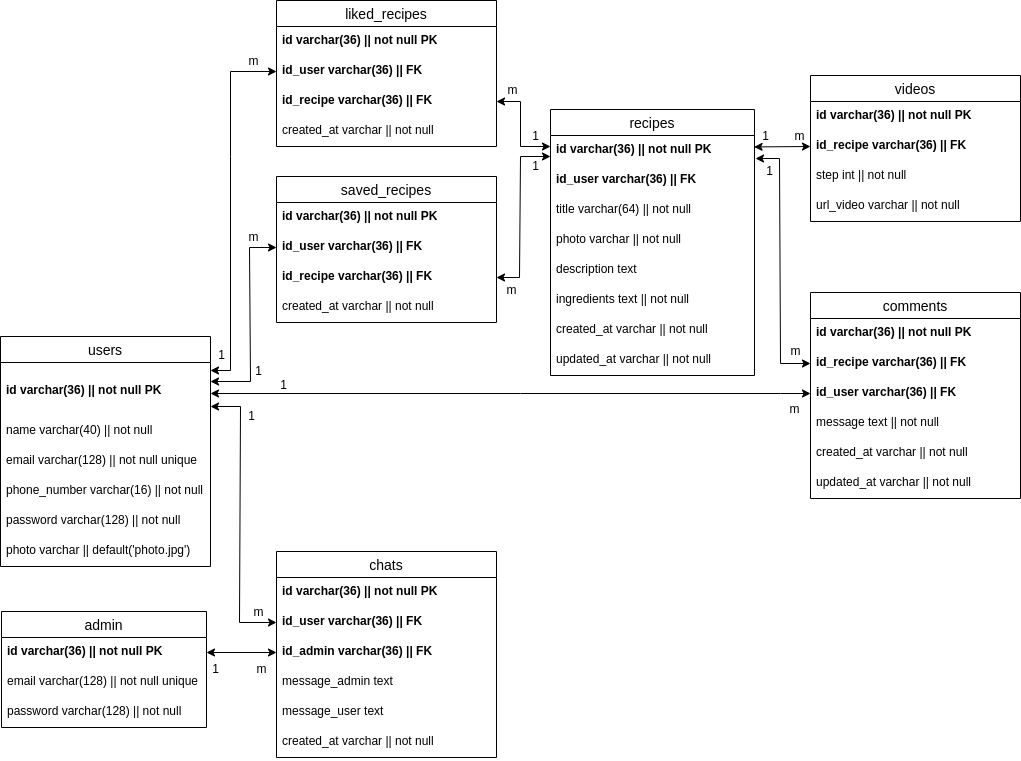
Above: docs/markisak-database-diagram.png in rizalyuniar/markisak-be (draw.io), before the change. Source tidied: cells renumbered, new cells last; positions are measured from the earlier drawing's top-left corner, leaving out a move shared by most shapes.
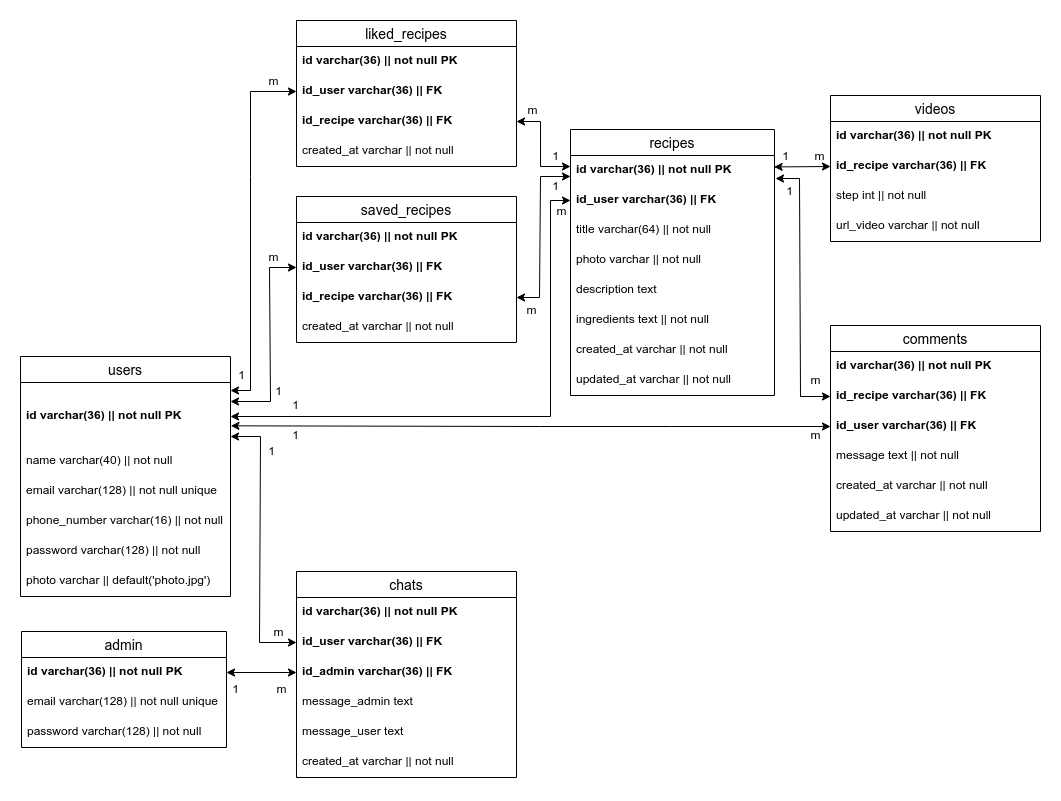
After the commit.

The edit, as a diff of the source:
```diff
@@ -3,25 +3,25 @@
     <mxCell id="0" />
     <mxCell id="1" parent="0" />
     <mxCell id="2" value="users" style="swimlane;fontStyle=0;horizontal=1;startSize=26;align=center;fontSize=14;" parent="1" vertex="1">
-      <mxGeometry y="336" width="210" height="230" as="geometry" />
+      <mxGeometry y="336" width="210" height="240" as="geometry" />
     </mxCell>
     <mxCell id="3" value="id varchar(36) || not null PK" style="text;strokeColor=none;fillColor=none;spacingLeft=4;spacingRight=4;overflow=hidden;points=[[0,0.5],[1,0.5]];portConstraint=eastwest;fontSize=12;fontStyle=1;align=left;verticalAlign=middle;" parent="2" vertex="1">
-      <mxGeometry y="26" width="210" height="54" as="geometry" />
+      <mxGeometry y="26" width="210" height="64" as="geometry" />
     </mxCell>
     <mxCell id="4" value="name varchar(40) || not null" style="text;strokeColor=none;fillColor=none;spacingLeft=4;spacingRight=4;overflow=hidden;fontSize=12;" parent="2" vertex="1">
-      <mxGeometry y="80" width="210" height="30" as="geometry" />
+      <mxGeometry y="90" width="210" height="30" as="geometry" />
     </mxCell>
     <mxCell id="5" value="email varchar(128) || not null unique" style="text;strokeColor=none;fillColor=none;spacingLeft=4;spacingRight=4;overflow=hidden;fontSize=12;" parent="2" vertex="1">
-      <mxGeometry y="110" width="210" height="30" as="geometry" />
+      <mxGeometry y="120" width="210" height="30" as="geometry" />
     </mxCell>
     <mxCell id="6" value="phone_number varchar(16) || not null" style="text;strokeColor=none;fillColor=none;spacingLeft=4;spacingRight=4;overflow=hidden;fontSize=12;" parent="2" vertex="1">
-      <mxGeometry y="140" width="210" height="30" as="geometry" />
+      <mxGeometry y="150" width="210" height="30" as="geometry" />
     </mxCell>
     <mxCell id="7" value="password varchar(128) || not null" style="text;strokeColor=none;fillColor=none;spacingLeft=4;spacingRight=4;overflow=hidden;fontSize=12;" parent="2" vertex="1">
-      <mxGeometry y="170" width="210" height="30" as="geometry" />
+      <mxGeometry y="180" width="210" height="30" as="geometry" />
     </mxCell>
     <mxCell id="8" value="photo varchar || default('photo.jpg')" style="text;strokeColor=none;fillColor=none;spacingLeft=4;spacingRight=4;overflow=hidden;fontSize=12;" parent="2" vertex="1">
-      <mxGeometry y="200" width="210" height="30" as="geometry" />
+      <mxGeometry y="210" width="210" height="30" as="geometry" />
     </mxCell>
     <mxCell id="9" value="recipes" style="swimlane;fontStyle=0;horizontal=1;startSize=26;align=center;fontSize=14;" parent="1" vertex="1">
       <mxGeometry x="550" y="109" width="204" height="266" as="geometry" />
@@ -93,7 +93,7 @@
       <mxGeometry y="86" width="205" height="30" as="geometry" />
     </mxCell>
     <mxCell id="32" value="comments" style="swimlane;fontStyle=0;horizontal=1;startSize=26;align=center;fontSize=14;" parent="1" vertex="1">
-      <mxGeometry x="810" y="292" width="210" height="206" as="geometry" />
+      <mxGeometry x="810" y="305" width="210" height="206" as="geometry" />
     </mxCell>
     <mxCell id="33" value="id varchar(36) || not null PK" style="text;strokeColor=none;fillColor=none;spacingLeft=4;spacingRight=4;overflow=hidden;fontSize=12;fontStyle=1;" parent="32" vertex="1">
       <mxGeometry y="26" width="210" height="30" as="geometry" />
@@ -189,12 +189,11 @@
         </Array>
       </mxGeometry>
     </mxCell>
-    <mxCell id="60" style="endArrow=classic;html=1;rounded=0;startArrow=classic;startFill=1;exitX=0;exitY=0.5;exitDx=0;exitDy=0;" parent="1" edge="1" source="41">
+    <mxCell id="60" style="endArrow=classic;html=1;rounded=0;startArrow=classic;startFill=1;exitX=0;exitY=0.5;exitDx=0;exitDy=0;entryX=1;entryY=0.844;entryDx=0;entryDy=0;entryPerimeter=0;" parent="1" edge="1" source="41" target="3">
       <mxGeometry relative="1" as="geometry">
-        <mxPoint x="210" y="406" as="targetPoint" />
         <Array as="points">
           <mxPoint x="239" y="622" />
-          <mxPoint x="240" y="406" />
+          <mxPoint x="240" y="416" />
         </Array>
       </mxGeometry>
     </mxCell>
@@ -202,10 +201,10 @@
       <mxGeometry x="206" y="340" width="30" height="30" as="geometry" />
     </mxCell>
     <mxCell id="62" value="1" style="text;html=1;align=center;verticalAlign=middle;strokeColor=none;fillColor=none;" parent="1" vertex="1">
-      <mxGeometry x="268" y="370" width="30" height="30" as="geometry" />
+      <mxGeometry x="260" y="370" width="30" height="30" as="geometry" />
     </mxCell>
     <mxCell id="63" value="1" style="text;html=1;align=center;verticalAlign=middle;strokeColor=none;fillColor=none;" parent="1" vertex="1">
-      <mxGeometry x="236" y="401" width="30" height="30" as="geometry" />
+      <mxGeometry x="236" y="416" width="30" height="30" as="geometry" />
     </mxCell>
     <mxCell id="64" style="endArrow=classic;startArrow=classic;html=1;rounded=0;exitX=1;exitY=0.5;exitDx=0;exitDy=0;entryX=0;entryY=0.367;entryDx=0;entryDy=0;entryPerimeter=0;" parent="1" edge="1" source="21" target="10">
       <mxGeometry relative="1" as="geometry">
@@ -231,7 +230,7 @@
       <mxGeometry relative="1" as="geometry">
         <Array as="points">
           <mxPoint x="779" y="158" />
-          <mxPoint x="780" y="363" />
+          <mxPoint x="780" y="376" />
         </Array>
       </mxGeometry>
     </mxCell>
@@ -257,19 +256,34 @@
       <mxGeometry x="754" y="156" width="30" height="30" as="geometry" />
     </mxCell>
     <mxCell id="75" value="m" style="text;html=1;align=center;verticalAlign=middle;strokeColor=none;fillColor=none;" parent="1" vertex="1">
-      <mxGeometry x="780" y="336" width="30" height="30" as="geometry" />
+      <mxGeometry x="780" y="345" width="30" height="30" as="geometry" />
     </mxCell>
     <mxCell id="76" value="m" style="text;html=1;align=center;verticalAlign=middle;strokeColor=none;fillColor=none;" parent="1" vertex="1">
-      <mxGeometry x="779" y="394" width="30" height="30" as="geometry" />
+      <mxGeometry x="780" y="400" width="30" height="30" as="geometry" />
     </mxCell>
-    <mxCell id="77" style="endArrow=classic;startArrow=classic;html=1;rounded=0;entryX=0;entryY=0.5;entryDx=0;entryDy=0;" parent="1" edge="1" target="35">
+    <mxCell id="77" style="endArrow=classic;startArrow=classic;html=1;rounded=0;entryX=0;entryY=0.5;entryDx=0;entryDy=0;exitX=1.002;exitY=0.677;exitDx=0;exitDy=0;exitPerimeter=0;" parent="1" edge="1" source="3" target="35">
       <mxGeometry relative="1" as="geometry">
-        <mxPoint x="210" y="393" as="sourcePoint" />
         <Array as="points">
-          <mxPoint x="520" y="393" />
-          <mxPoint x="780" y="393" />
+          <mxPoint x="520" y="406" />
+          <mxPoint x="650" y="406" />
         </Array>
       </mxGeometry>
     </mxCell>
+    <mxCell id="78" style="endArrow=classic;startArrow=classic;html=1;rounded=0;" parent="1" edge="1">
+      <mxGeometry relative="1" as="geometry">
+        <mxPoint x="210" y="396" as="sourcePoint" />
+        <mxPoint x="550" y="180" as="targetPoint" />
+        <Array as="points">
+          <mxPoint x="530" y="396" />
+          <mxPoint x="530" y="180" />
+        </Array>
+      </mxGeometry>
+    </mxCell>
+    <mxCell id="79" value="1" style="text;html=1;align=center;verticalAlign=middle;strokeColor=none;fillColor=none;" parent="1" vertex="1">
+      <mxGeometry x="260" y="400" width="30" height="30" as="geometry" />
+    </mxCell>
+    <mxCell id="80" value="m" style="text;html=1;align=center;verticalAlign=middle;strokeColor=none;fillColor=none;" parent="1" vertex="1">
+      <mxGeometry x="526" y="176" width="30" height="30" as="geometry" />
+    </mxCell>
   </root>
 </mxGraphModel>
```
